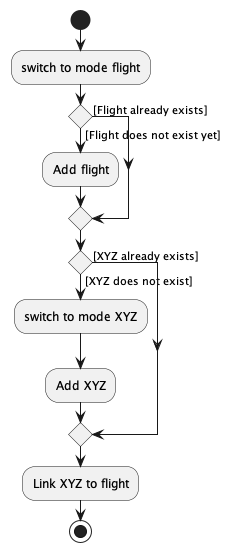
nus-cs2103-AY2223S2/tp keeps this PlantUML diagram as docs/images/WingmanLinkFlightActivity.png. Above is the earlier version.
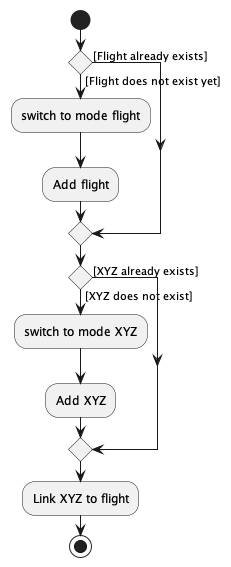
After the commit.

Commit message:
Update section 4 under implementation and architecture section

The edit, as a diff of the source:
```diff
@@ -1,9 +1,8 @@
 @startuml
 start
 
-:switch to mode flight;
-
 if () then ([Flight does not exist yet])
+    :switch to mode flight;
     :Add flight;
 else ([Flight already exists])
 endif
```
